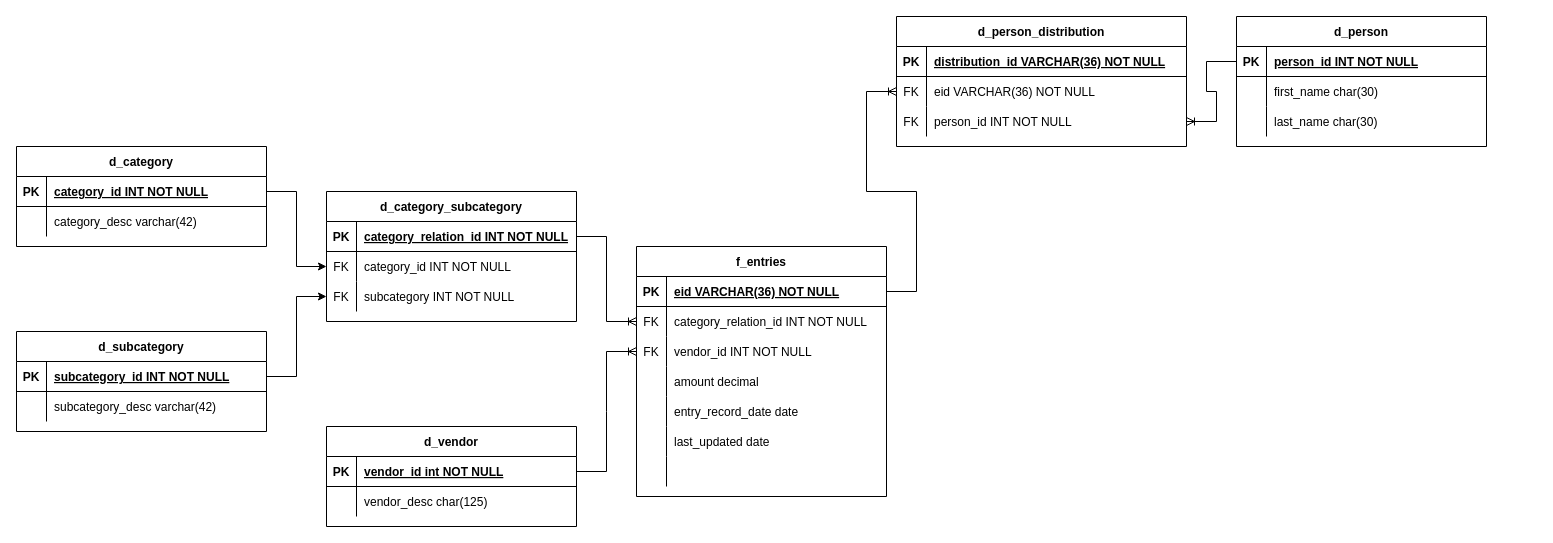
fatteryacid/penny keeps this draw.io diagram as diagram/finance_star_schema.drawio. Above is the earlier version. Source tidied: cells renumbered, new cells numbered last; positions are measured from the earlier drawing's top-left corner, leaving out a move shared by most shapes. Both pictures are drawn from the tidied source at 100%, with x=0, y=0 at pixel (16, 16).
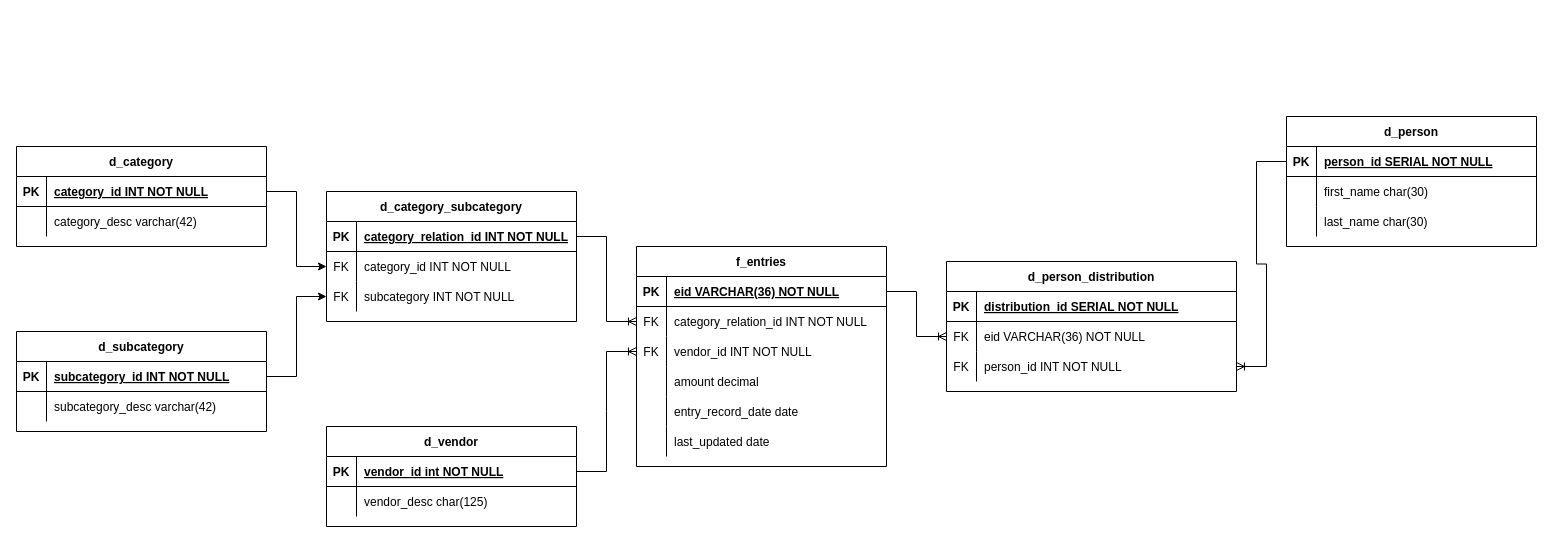
After the change.

Unchanged cells that the change refers to:
```xml
<mxCell id="3" style="shape=partialRectangle;fillColor=none;points=[[0,0.5],[1,0.5]];portConstraint=eastwest;top=0;left=0;right=0;bottom=1;" parent="2" vertex="1">
  <mxGeometry y="30" width="250" height="30" as="geometry" />
</mxCell>
<mxCell id="20" style="shape=partialRectangle;fillColor=none;points=[[0,0.5],[1,0.5]];portConstraint=eastwest;top=0;left=0;right=0;bottom=1;" parent="19" vertex="1">
  <mxGeometry y="30" width="250" height="30" as="geometry" />
</mxCell>
<mxCell id="56" style="shape=partialRectangle;fillColor=none;top=0;left=0;right=0;bottom=1;" parent="55" vertex="1">
  <mxGeometry y="30" width="290" height="30" as="geometry" />
</mxCell>
<mxCell id="59" style="shape=partialRectangle;fillColor=none;points=[[0,0.5],[1,0.5]];portConstraint=eastwest;top=0;left=0;right=0;bottom=0;" parent="55" vertex="1">
  <mxGeometry y="60" width="290" height="30" as="geometry" />
</mxCell>
```

Change to the diagram source:
```diff
@@
     <mxCell id="2" value="d_person" style="shape=table;startSize=30;childLayout=tableLayout;rowLines=0;fontStyle=1;align=center;" parent="1" vertex="1">
-      <mxGeometry x="1220" width="250" height="130" as="geometry" />
+      <mxGeometry x="1270" y="100" width="250" height="130" as="geometry" />
     </mxCell>
@@
-    <mxCell id="5" value="person_id INT NOT NULL" style="shape=partialRectangle;overflow=hidden;fillColor=none;top=0;left=0;bottom=0;right=0;align=left;spacingLeft=6;fontStyle=5;" parent="3" vertex="1">
+    <mxCell id="5" value="person_id SERIAL NOT NULL" style="shape=partialRectangle;overflow=hidden;fillColor=none;top=0;left=0;bottom=0;right=0;align=left;spacingLeft=6;fontStyle=5;" parent="3" vertex="1">
       <mxGeometry x="30" width="220" height="30" as="geometry" />
     </mxCell>
@@
     <mxCell id="19" value="f_entries" style="shape=table;startSize=30;childLayout=tableLayout;rowLines=0;fontStyle=1;align=center;" parent="1" vertex="1">
-      <mxGeometry x="620" y="230" width="250" height="250" as="geometry" />
+      <mxGeometry x="620" y="230" width="250" height="220" as="geometry" />
     </mxCell>
@@
-    <mxCell id="38" style="shape=partialRectangle;fillColor=none;top=0;left=0;right=0;bottom=0;" parent="19" vertex="1">
-      <mxGeometry y="210" width="250" height="30" as="geometry" />
-    </mxCell>
-    <mxCell id="39" style="shape=partialRectangle;overflow=hidden;fillColor=none;top=0;left=0;bottom=0;right=0;" parent="38" vertex="1">
-      <mxGeometry width="30" height="30" as="geometry" />
-    </mxCell>
-    <mxCell id="40" style="shape=partialRectangle;overflow=hidden;fillColor=none;top=0;left=0;bottom=0;right=0;align=left;spacingLeft=6;" parent="38" vertex="1">
-      <mxGeometry x="30" width="220" height="30" as="geometry" />
-    </mxCell>
@@
     <mxCell id="55" value="d_person_distribution" style="shape=table;startSize=30;childLayout=tableLayout;rowLines=0;fontStyle=1;align=center;" parent="1" vertex="1">
-      <mxGeometry x="880" width="290" height="130" as="geometry" />
+      <mxGeometry x="930" y="245" width="290" height="130" as="geometry" />
     </mxCell>
@@
-    <mxCell id="58" value="distribution_id VARCHAR(36) NOT NULL" style="shape=partialRectangle;overflow=hidden;fillColor=none;top=0;left=0;bottom=0;right=0;align=left;spacingLeft=6;fontStyle=5;" parent="56" vertex="1">
+    <mxCell id="58" value="distribution_id SERIAL NOT NULL" style="shape=partialRectangle;overflow=hidden;fillColor=none;top=0;left=0;bottom=0;right=0;align=left;spacingLeft=6;fontStyle=5;" parent="56" vertex="1">
       <mxGeometry x="30" width="260" height="30" as="geometry" />
     </mxCell>
@@
-    <mxCell id="66" style="edgeStyle=entityRelationEdgeStyle;fontSize=12;html=1;endArrow=ERoneToMany;rounded=0;exitX=1;exitY=0.5;exitDx=0;exitDy=0;entryX=0;entryY=0.5;entryDx=0;entryDy=0;" parent="1" edge="1" source="20" target="59">
-      <mxGeometry relative="1" as="geometry" />
-    </mxCell>
@@
+    <mxCell id="66" style="edgeStyle=entityRelationEdgeStyle;fontSize=12;html=1;endArrow=ERoneToMany;rounded=0;" parent="1" edge="1" source="20" target="59">
+      <mxGeometry relative="1" as="geometry" />
+    </mxCell>
```
